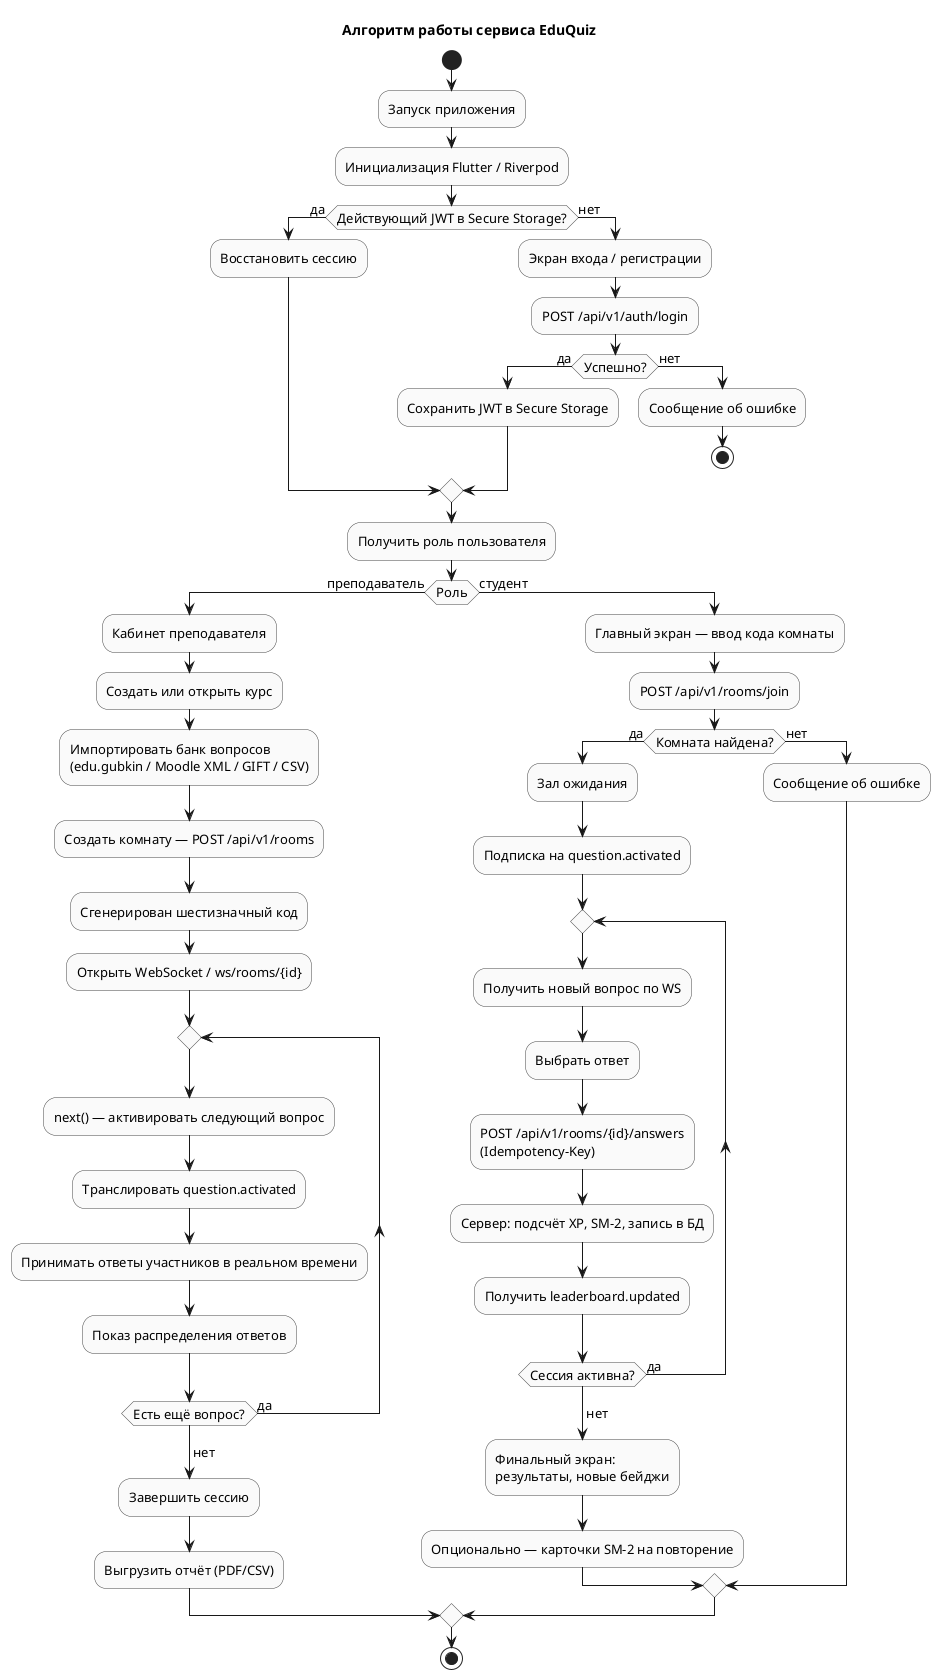
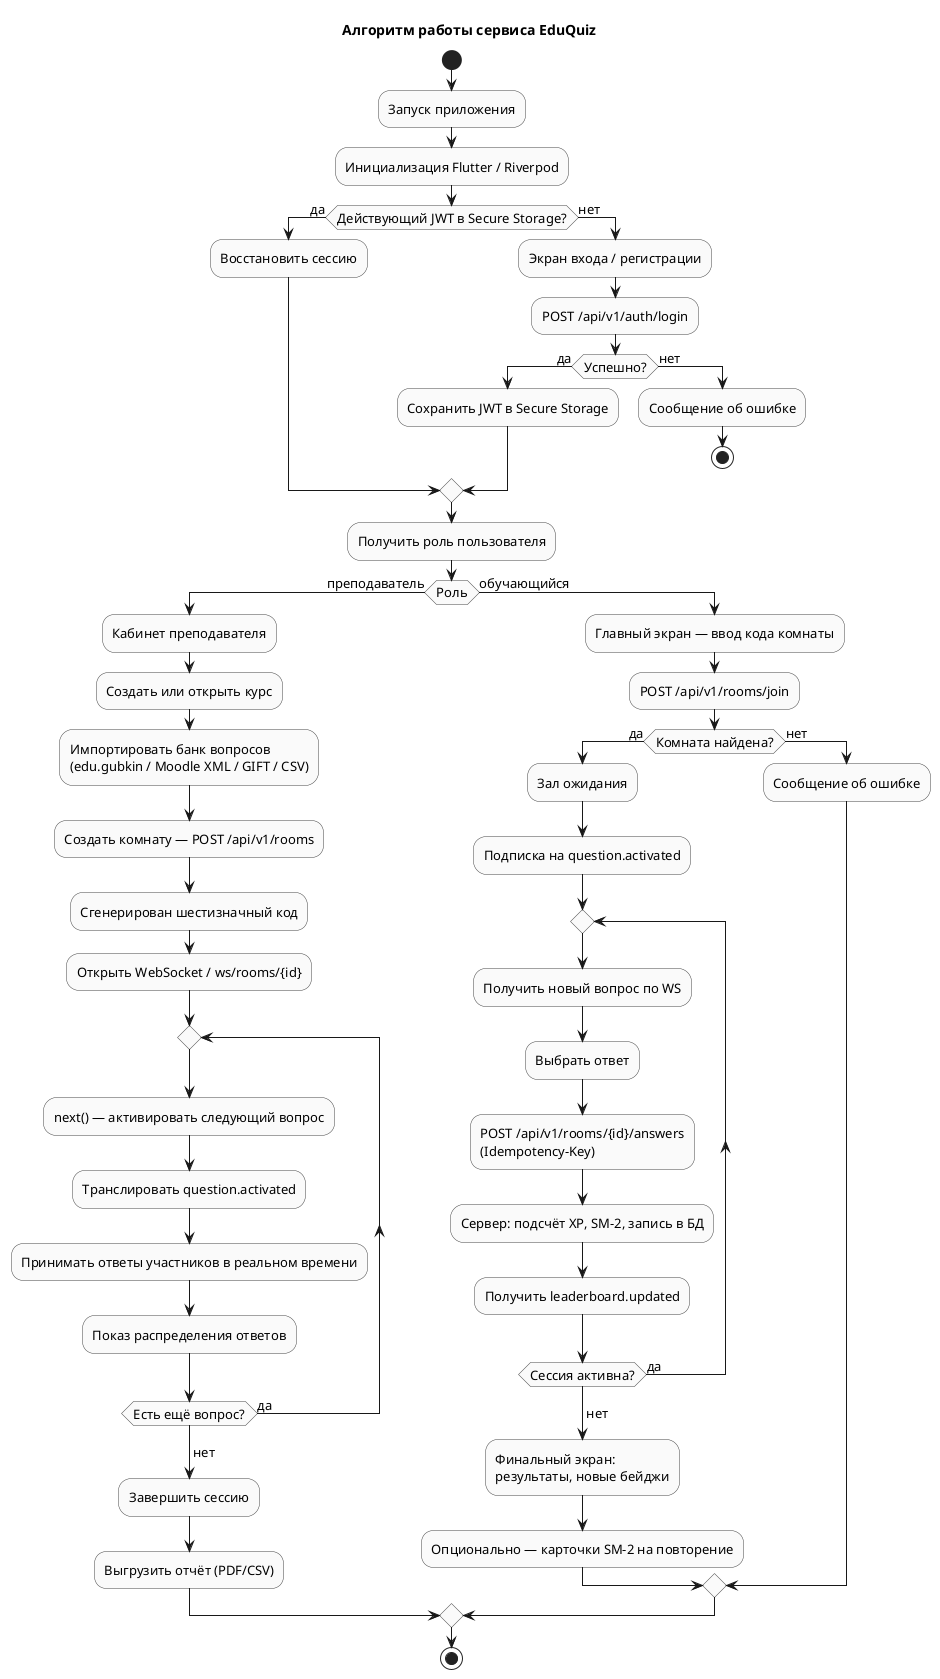
@startuml algorithm
skinparam shadowing false
skinparam defaultFontName "Times New Roman"
skinparam defaultFontSize 13
skinparam ActivityBackgroundColor #FAFAFA
skinparam ActivityBorderColor #444

title Алгоритм работы сервиса EduQuiz

start
:Запуск приложения;
:Инициализация Flutter / Riverpod;

if (Действующий JWT в Secure Storage?) then (да)
    :Восстановить сессию;
else (нет)
    :Экран входа / регистрации;
    :POST /api/v1/auth/login;
    if (Успешно?) then (да)
        :Сохранить JWT в Secure Storage;
    else (нет)
        :Сообщение об ошибке;
        stop
    endif
endif

:Получить роль пользователя;

if (Роль) then (преподаватель)
    :Кабинет преподавателя;
    :Создать или открыть курс;
    :Импортировать банк вопросов\n(edu.gubkin / Moodle XML / GIFT / CSV);
    :Создать комнату — POST /api/v1/rooms;
    :Сгенерирован шестизначный код;
    :Открыть WebSocket / ws/rooms/{id};
    repeat
        :next() — активировать следующий вопрос;
        :Транслировать question.activated;
        :Принимать ответы участников в реальном времени;
        :Показ распределения ответов;
    repeat while (Есть ещё вопрос?) is (да)
    -> нет;
    :Завершить сессию;
    :Выгрузить отчёт (PDF/CSV);
- else (студент)
+ else (обучающийся)
    :Главный экран — ввод кода комнаты;
    :POST /api/v1/rooms/join;
    if (Комната найдена?) then (да)
        :Зал ожидания;
        :Подписка на question.activated;
        repeat
            :Получить новый вопрос по WS;
            :Выбрать ответ;
            :POST /api/v1/rooms/{id}/answers\n(Idempotency-Key);
            :Сервер: подсчёт XP, SM-2, запись в БД;
            :Получить leaderboard.updated;
        repeat while (Сессия активна?) is (да)
        -> нет;
        :Финальный экран:\nрезультаты, новые бейджи;
        :Опционально — карточки SM-2 на повторение;
    else (нет)
        :Сообщение об ошибке;
    endif
endif

stop
@enduml
